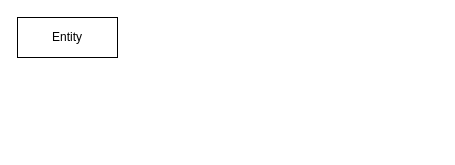
This is page "Page-1" (1 of 3) of Untitled Diagram.drawio from jessapoy/jessapoy, a draw.io file, before an edit. Source tidied: cells renumbered, new cells numbered last; positions are measured from the earlier drawing's top-left corner, leaving out a move shared by most shapes. Both pictures are drawn from the tidied source at 100%, with x=0, y=0 at pixel (17, 17).
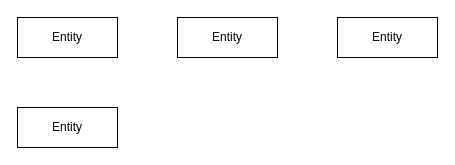
The same diagram, later.

What changed in the source:
```diff
@@
 <mxGraphModel>
   <root>
     <mxCell id="0" />
     <mxCell id="1" parent="0" />
     <mxCell id="2" value="Entity" style="whiteSpace=wrap;html=1;align=center;" parent="1" vertex="1">
       <mxGeometry width="100" height="40" as="geometry" />
     </mxCell>
+    <mxCell id="3" value="Entity" style="whiteSpace=wrap;html=1;align=center;" parent="1" vertex="1">
+      <mxGeometry x="160" width="100" height="40" as="geometry" />
+    </mxCell>
+    <mxCell id="4" value="Entity" style="whiteSpace=wrap;html=1;align=center;" parent="1" vertex="1">
+      <mxGeometry x="320" width="100" height="40" as="geometry" />
+    </mxCell>
+    <mxCell id="5" value="Entity" style="whiteSpace=wrap;html=1;align=center;" parent="1" vertex="1">
+      <mxGeometry y="90" width="100" height="40" as="geometry" />
+    </mxCell>
   </root>
 </mxGraphModel>
```
